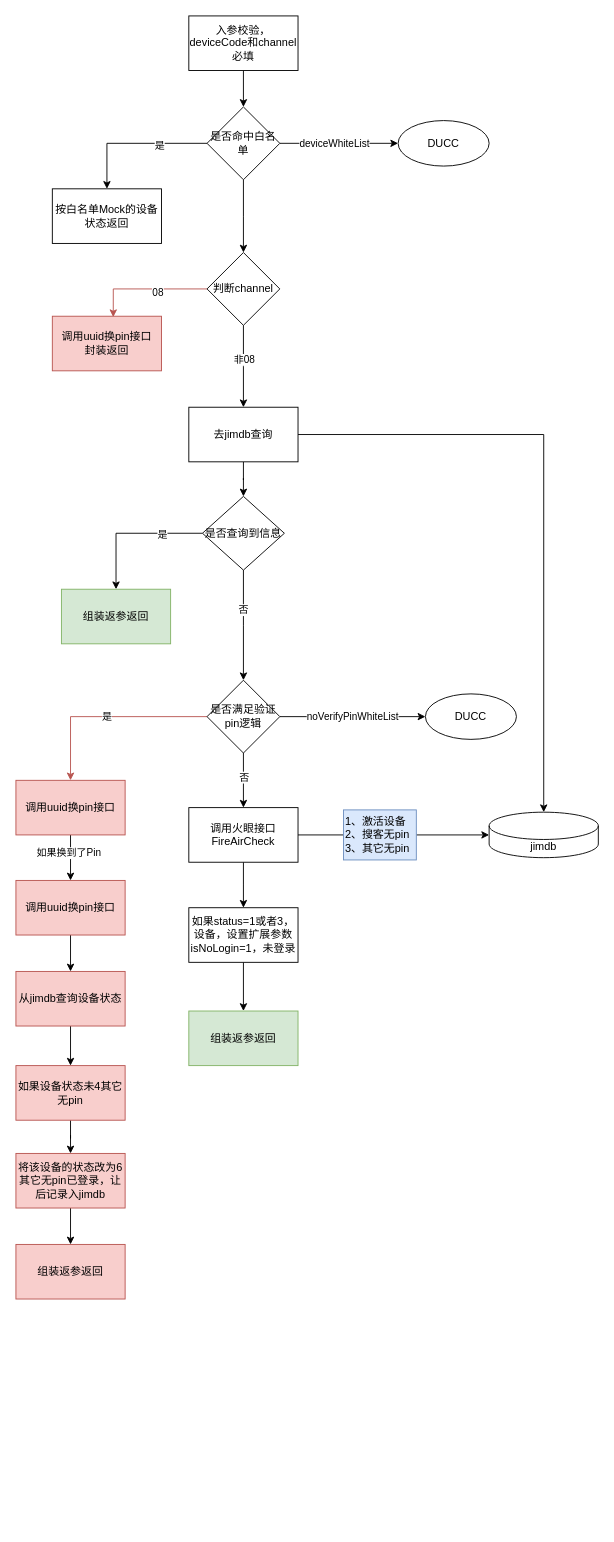
Earlier version of the draw.io diagram 诺曼底验资升级.drawio (BlankKelly/diagrams). Source tidied: cells renumbered, new cells numbered last; positions are measured from the earlier drawing's top-left corner, leaving out a move shared by most shapes. Both pictures are drawn from the tidied source at 91%, with x=0, y=0 at pixel (15, 15).
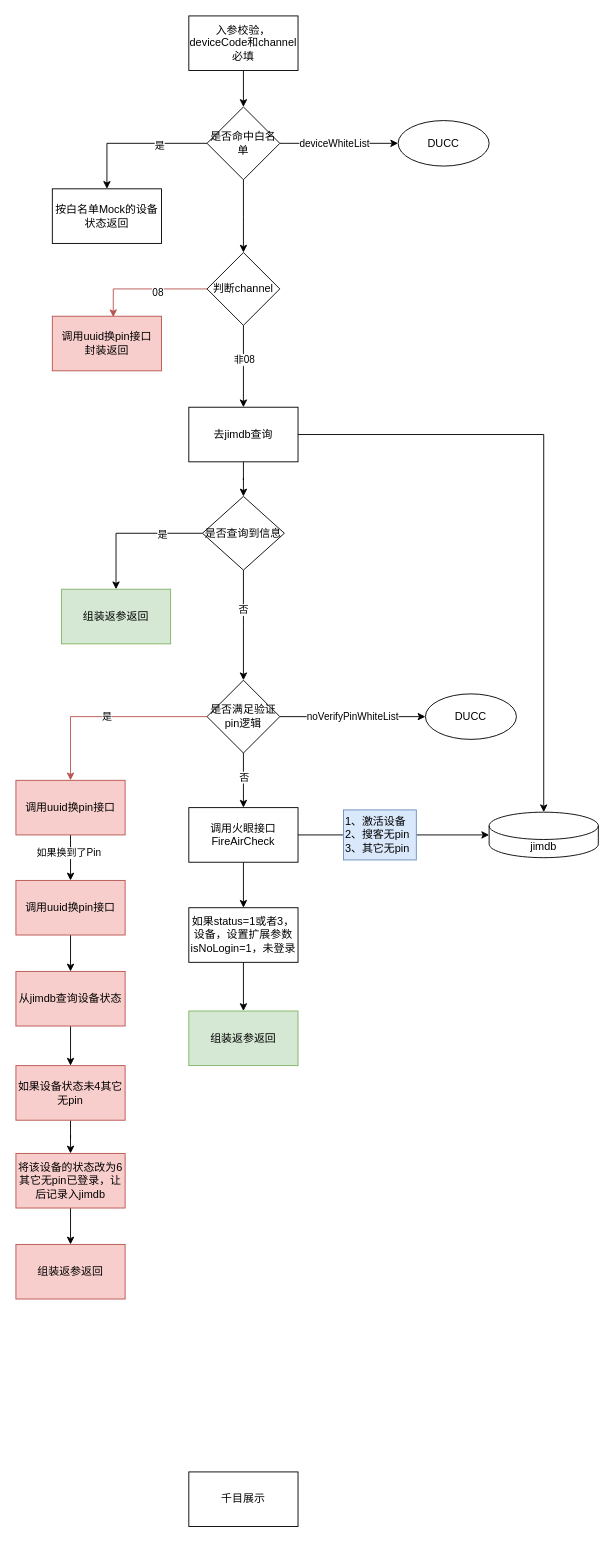
After the change.

Commit message (it also covers changes not shown here):
更新诺曼底验资升级.drawio

The edit, as a diff of the source:
```diff
@@
+    <mxCell id="54" value="千目展示" style="rounded=0;whiteSpace=wrap;html=1;" parent="1" vertex="1">
+      <mxGeometry x="190" y="1600" width="120" height="60" as="geometry" />
+    </mxCell>
```
